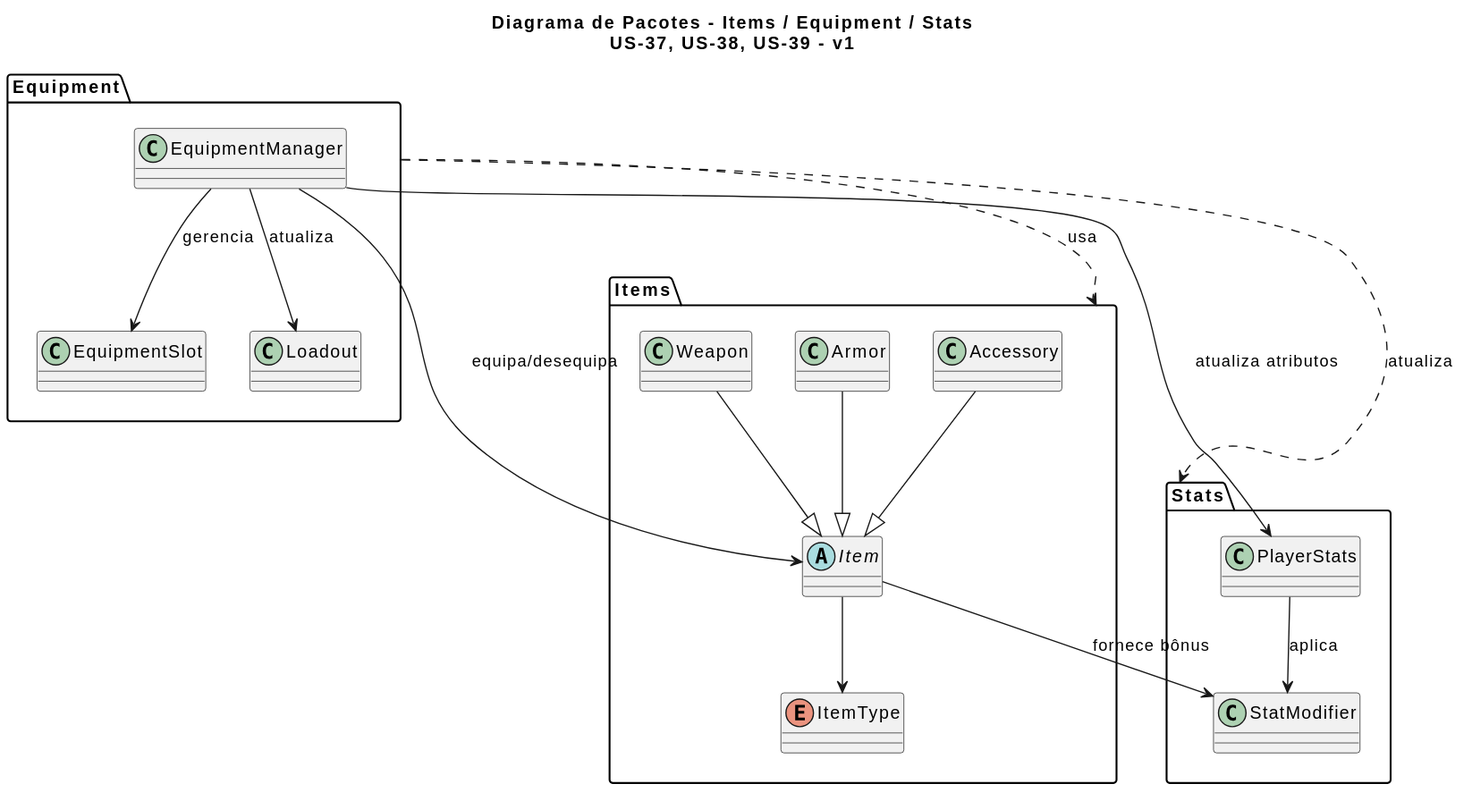
Before: docs/Assets/UML/UML07_Pacotes_Equipamentos.svg, a diagram exported from PlantUML (UnBArqDsw2026-1-Turma02/2026.1_T02_G1_MadDev_Entrega_02).
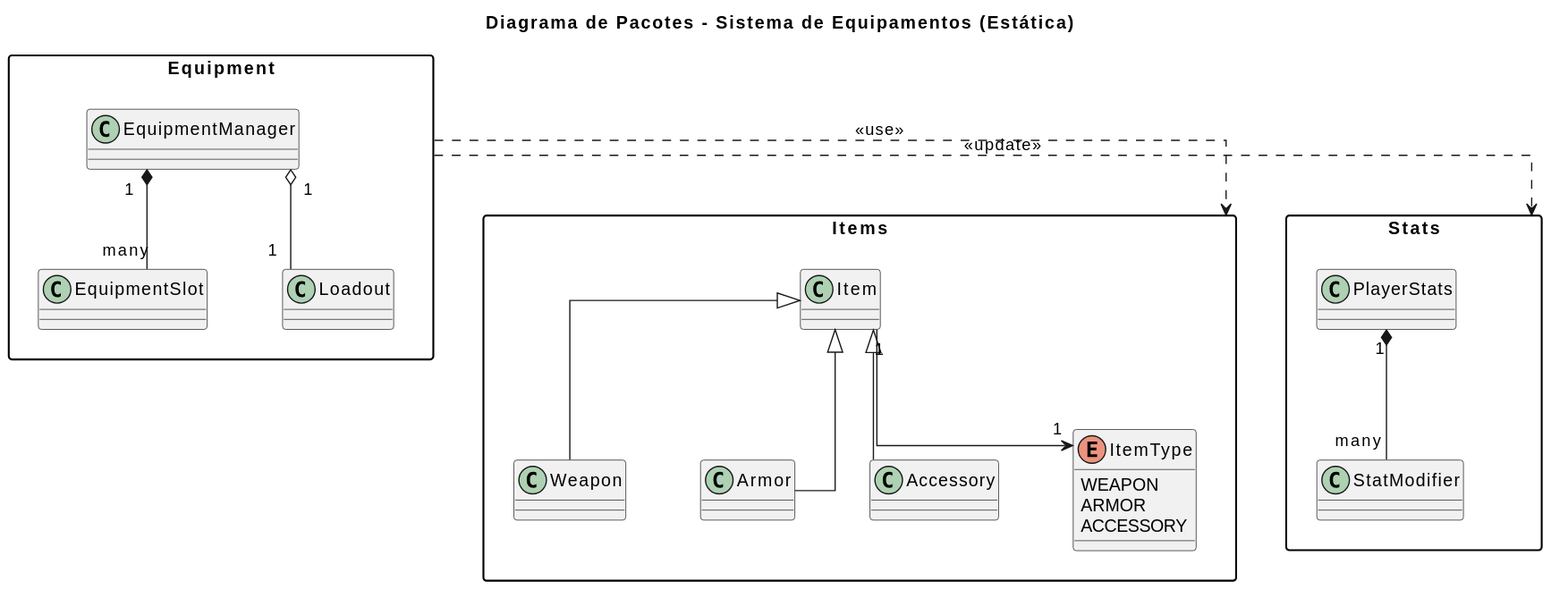
The same file after the commit.

Commit message:
[DOCS] [UML-07] Equipar itens

The edit, as a diff of the source:
```diff
@@ -1,39 +1,48 @@
 @startuml
-title Diagrama de Pacotes - Items / Equipment / Stats\nUS-37, US-38, US-39 - v1
+title Diagrama de Pacotes - Sistema de Equipamentos (Estática)
+
+skinparam linetype ortho
+skinparam nodesep 60
+skinparam ranksep 80
+skinparam shadowing false
+skinparam packageStyle rectangle
+
 
 package "Items" {
-  abstract class Item
-  class Weapon
-  class Armor
-  class Accessory
-  enum ItemType
+    class Item
+    class Weapon
+    class Armor
+    class Accessory
+    enum ItemType {
+        WEAPON
+        ARMOR
+        ACCESSORY
+    }
+
+    Item <|-- Weapon
+    Item <|-- Armor
+    Item <|-- Accessory
+    Item "1" --> "1" ItemType
 }
 
 package "Equipment" {
-  class EquipmentManager
-  class EquipmentSlot
-  class Loadout
+    class EquipmentManager
+    class EquipmentSlot
+    class Loadout
+
+    EquipmentManager "1" *-- "many" EquipmentSlot
+    EquipmentManager "1" o-- "1" Loadout
 }
 
 package "Stats" {
-  class PlayerStats
-  class StatModifier
+    class PlayerStats
+    class StatModifier
+
+    PlayerStats "1" *-- "many" StatModifier
 }
 
-Weapon --|> Item
-Armor --|> Item
-Accessory --|> Item
 
-Item --> ItemType
+Equipment ..> Items : <<use>>
 
-EquipmentManager --> Item : equipa/desequipa
-EquipmentManager --> EquipmentSlot : gerencia
-EquipmentManager --> Loadout : atualiza
-
-Item --> StatModifier : fornece bônus
-PlayerStats --> StatModifier : aplica
-EquipmentManager --> PlayerStats : atualiza atributos
-
-Equipment ..> Items : usa
-Equipment ..> Stats : atualiza
+Equipment ..> Stats : <<update>>
 @enduml
```
